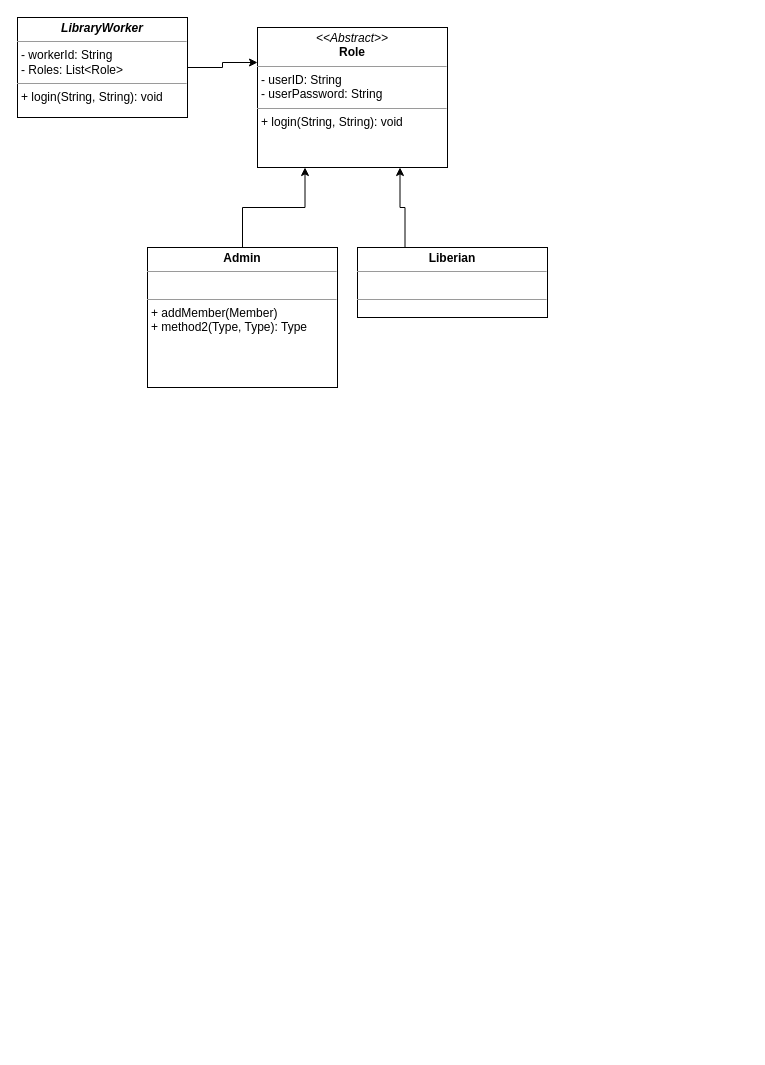
Above: Untitled Diagram.drawio in megaunknown/UML (draw.io), before the change. Source tidied: cells renumbered, new cells numbered last; positions are measured from the earlier drawing's top-left corner, leaving out a move shared by most shapes. Both pictures are drawn from the tidied source at 100%, with x=0, y=0 at pixel (17, 17).
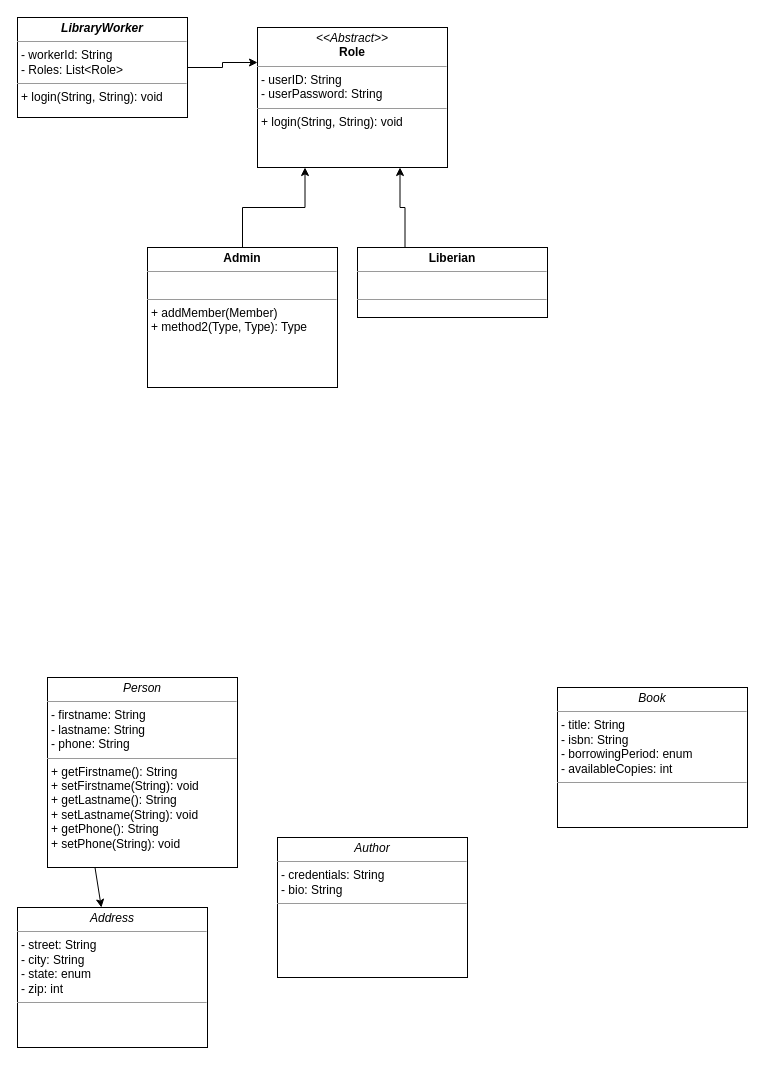
The same page after the edit.

Commit message:
Person, Book...

Change to the diagram source:
```diff
@@
 <mxGraphModel>
   <root>
     <mxCell id="0" />
     <mxCell id="1" parent="0" />
     <mxCell id="2" value="&lt;p style=&quot;margin: 0px ; margin-top: 4px ; text-align: center&quot;&gt;&lt;i&gt;&amp;lt;&amp;lt;Abstract&amp;gt;&amp;gt;&lt;/i&gt;&lt;br&gt;&lt;b&gt;Role&lt;/b&gt;&lt;/p&gt;&lt;hr size=&quot;1&quot;&gt;&lt;p style=&quot;margin: 0px ; margin-left: 4px&quot;&gt;- userID: String&lt;br&gt;- userPassword: String&lt;/p&gt;&lt;hr size=&quot;1&quot;&gt;&lt;p style=&quot;margin: 0px ; margin-left: 4px&quot;&gt;+ login(String, String): void&lt;br&gt;&lt;/p&gt;" style="verticalAlign=top;align=left;overflow=fill;fontSize=12;fontFamily=Helvetica;html=1;rounded=0;shadow=0;comic=0;labelBackgroundColor=none;strokeWidth=1;" parent="1" vertex="1">
       <mxGeometry x="240" y="10" width="190" height="140" as="geometry" />
     </mxCell>
     <mxCell id="3" style="edgeStyle=orthogonalEdgeStyle;rounded=0;jettySize=auto;html=1;exitX=0.5;exitY=0;exitDx=0;exitDy=0;entryX=0.25;entryY=1;entryDx=0;entryDy=0;" parent="1" edge="1" source="4" target="2">
       <mxGeometry relative="1" as="geometry" />
     </mxCell>
     <mxCell id="4" value="&lt;p style=&quot;margin: 0px ; margin-top: 4px ; text-align: center&quot;&gt;&lt;b&gt;Admin&lt;/b&gt;&lt;/p&gt;&lt;hr size=&quot;1&quot;&gt;&lt;p style=&quot;margin: 0px ; margin-left: 4px&quot;&gt;&lt;br&gt;&lt;/p&gt;&lt;hr size=&quot;1&quot;&gt;&lt;p style=&quot;margin: 0px ; margin-left: 4px&quot;&gt;+ addMember(Member)&lt;br&gt;+ method2(Type, Type): Type&lt;/p&gt;" style="verticalAlign=top;align=left;overflow=fill;fontSize=12;fontFamily=Helvetica;html=1;rounded=0;shadow=0;comic=0;labelBackgroundColor=none;strokeWidth=1;" parent="1" vertex="1">
       <mxGeometry x="130" y="230" width="190" height="140" as="geometry" />
     </mxCell>
+    <mxCell id="9" value="&lt;p style=&quot;margin: 0px ; margin-top: 4px ; text-align: center&quot;&gt;&lt;i&gt;Book&lt;/i&gt;&lt;/p&gt;&lt;hr size=&quot;1&quot;&gt;&lt;p style=&quot;margin: 0px ; margin-left: 4px&quot;&gt;- title: String&lt;br&gt;- isbn: String&lt;/p&gt;&lt;p style=&quot;margin: 0px ; margin-left: 4px&quot;&gt;- borrowingPeriod: enum&lt;/p&gt;&lt;p style=&quot;margin: 0px ; margin-left: 4px&quot;&gt;- availableCopies: int&lt;/p&gt;&lt;hr size=&quot;1&quot;&gt;&lt;p style=&quot;margin: 0px ; margin-left: 4px&quot;&gt;&lt;br&gt;&lt;/p&gt;" style="verticalAlign=top;align=left;overflow=fill;fontSize=12;fontFamily=Helvetica;html=1;rounded=0;shadow=0;comic=0;labelBackgroundColor=none;strokeWidth=1;" parent="1" vertex="1">
+      <mxGeometry x="540" y="670" width="190" height="140" as="geometry" />
+    </mxCell>
     <mxCell id="5" style="edgeStyle=orthogonalEdgeStyle;rounded=0;jettySize=auto;html=1;exitX=0.25;exitY=0;exitDx=0;exitDy=0;entryX=0.75;entryY=1;entryDx=0;entryDy=0;" parent="1" edge="1" source="6" target="2">
       <mxGeometry relative="1" as="geometry" />
     </mxCell>
+    <mxCell id="10" value="&lt;p style=&quot;margin: 0px ; margin-top: 4px ; text-align: center&quot;&gt;&lt;i&gt;Person&lt;/i&gt;&lt;br&gt;&lt;/p&gt;&lt;hr size=&quot;1&quot;&gt;&lt;p style=&quot;margin: 0px ; margin-left: 4px&quot;&gt;- firstname: String&lt;br&gt;- lastname: String&lt;/p&gt;&lt;p style=&quot;margin: 0px ; margin-left: 4px&quot;&gt;- phone: String&lt;br&gt;&lt;/p&gt;&lt;hr size=&quot;1&quot;&gt;&lt;p style=&quot;margin: 0px ; margin-left: 4px&quot;&gt;+ getFirstname(): String&lt;/p&gt;&lt;p style=&quot;margin: 0px ; margin-left: 4px&quot;&gt;+ setFirstname(String): void&lt;br&gt;&lt;/p&gt;&lt;p style=&quot;margin: 0px 0px 0px 4px&quot;&gt;+ getLastname(): String&lt;/p&gt;&lt;p style=&quot;margin: 0px 0px 0px 4px&quot;&gt;+ setLastname(String): void&lt;br&gt;&lt;/p&gt;&lt;p style=&quot;margin: 0px 0px 0px 4px&quot;&gt;+ getPhone(): String&lt;/p&gt;&lt;p style=&quot;margin: 0px 0px 0px 4px&quot;&gt;+ setPhone(String): void&lt;/p&gt;&lt;p style=&quot;margin: 0px 0px 0px 4px&quot;&gt;&lt;br&gt;&lt;/p&gt;" style="verticalAlign=top;align=left;overflow=fill;fontSize=12;fontFamily=Helvetica;html=1;rounded=0;shadow=0;comic=0;labelBackgroundColor=none;strokeWidth=1;" parent="1" vertex="1">
+      <mxGeometry x="30" y="660" width="190" height="190" as="geometry" />
+    </mxCell>
     <mxCell id="6" value="&lt;p style=&quot;margin: 0px ; margin-top: 4px ; text-align: center&quot;&gt;&lt;b&gt;Liberian&lt;/b&gt;&lt;/p&gt;&lt;hr size=&quot;1&quot;&gt;&lt;p style=&quot;margin: 0px ; margin-left: 4px&quot;&gt;&lt;br&gt;&lt;/p&gt;&lt;hr size=&quot;1&quot;&gt;&lt;p style=&quot;margin: 0px ; margin-left: 4px&quot;&gt;&lt;br&gt;&lt;/p&gt;" style="verticalAlign=top;align=left;overflow=fill;fontSize=12;fontFamily=Helvetica;html=1;rounded=0;shadow=0;comic=0;labelBackgroundColor=none;strokeWidth=1;" parent="1" vertex="1">
       <mxGeometry x="340" y="230" width="190" height="70" as="geometry" />
     </mxCell>
+    <mxCell id="11" value="&lt;p style=&quot;margin: 0px ; margin-top: 4px ; text-align: center&quot;&gt;&lt;i&gt;Address&lt;/i&gt;&lt;/p&gt;&lt;hr size=&quot;1&quot;&gt;&lt;p style=&quot;margin: 0px ; margin-left: 4px&quot;&gt;- street: String&lt;br&gt;- city: String&lt;/p&gt;&lt;p style=&quot;margin: 0px ; margin-left: 4px&quot;&gt;- state: enum&lt;/p&gt;&lt;p style=&quot;margin: 0px ; margin-left: 4px&quot;&gt;- zip: int&lt;/p&gt;&lt;hr size=&quot;1&quot;&gt;&lt;p style=&quot;margin: 0px ; margin-left: 4px&quot;&gt;&lt;br&gt;&lt;/p&gt;" style="verticalAlign=top;align=left;overflow=fill;fontSize=12;fontFamily=Helvetica;html=1;rounded=0;shadow=0;comic=0;labelBackgroundColor=none;strokeWidth=1;" parent="1" vertex="1">
+      <mxGeometry y="890" width="190" height="140" as="geometry" />
+    </mxCell>
     <mxCell id="7" style="edgeStyle=orthogonalEdgeStyle;rounded=0;jettySize=auto;html=1;exitX=1;exitY=0.5;exitDx=0;exitDy=0;entryX=0;entryY=0.25;entryDx=0;entryDy=0;" parent="1" edge="1" source="8" target="2">
       <mxGeometry relative="1" as="geometry" />
     </mxCell>
+    <mxCell id="12" style="endArrow=classic;html=1;exitX=0.25;exitY=1;exitDx=0;exitDy=0;" parent="1" edge="1" source="10" target="11">
+      <mxGeometry relative="1" as="geometry" />
+    </mxCell>
     <mxCell id="8" value="&lt;p style=&quot;margin: 0px ; margin-top: 4px ; text-align: center&quot;&gt;&lt;i&gt;&lt;b&gt;LibraryWorker&lt;/b&gt;&lt;/i&gt;&lt;/p&gt;&lt;hr size=&quot;1&quot;&gt;&lt;p style=&quot;margin: 0px ; margin-left: 4px&quot;&gt;- workerId: String&lt;br&gt;- Roles: List&amp;lt;Role&amp;gt;&lt;/p&gt;&lt;hr size=&quot;1&quot;&gt;&lt;p style=&quot;margin: 0px ; margin-left: 4px&quot;&gt;+ login(String, String): void&lt;br&gt;&lt;/p&gt;" style="verticalAlign=top;align=left;overflow=fill;fontSize=12;fontFamily=Helvetica;html=1;rounded=0;shadow=0;comic=0;labelBackgroundColor=none;strokeWidth=1;" parent="1" vertex="1">
       <mxGeometry width="170" height="100" as="geometry" />
     </mxCell>
+    <mxCell id="13" value="&lt;p style=&quot;margin: 0px ; margin-top: 4px ; text-align: center&quot;&gt;&lt;i&gt;Author&lt;/i&gt;&lt;/p&gt;&lt;hr size=&quot;1&quot;&gt;&lt;p style=&quot;margin: 0px ; margin-left: 4px&quot;&gt;- credentials: String&lt;br&gt;- bio: String&lt;/p&gt;&lt;hr size=&quot;1&quot;&gt;&lt;p style=&quot;margin: 0px ; margin-left: 4px&quot;&gt;&lt;br&gt;&lt;/p&gt;" style="verticalAlign=top;align=left;overflow=fill;fontSize=12;fontFamily=Helvetica;html=1;rounded=0;shadow=0;comic=0;labelBackgroundColor=none;strokeWidth=1;" parent="1" vertex="1">
+      <mxGeometry x="260" y="820" width="190" height="140" as="geometry" />
+    </mxCell>
   </root>
 </mxGraphModel>
```
